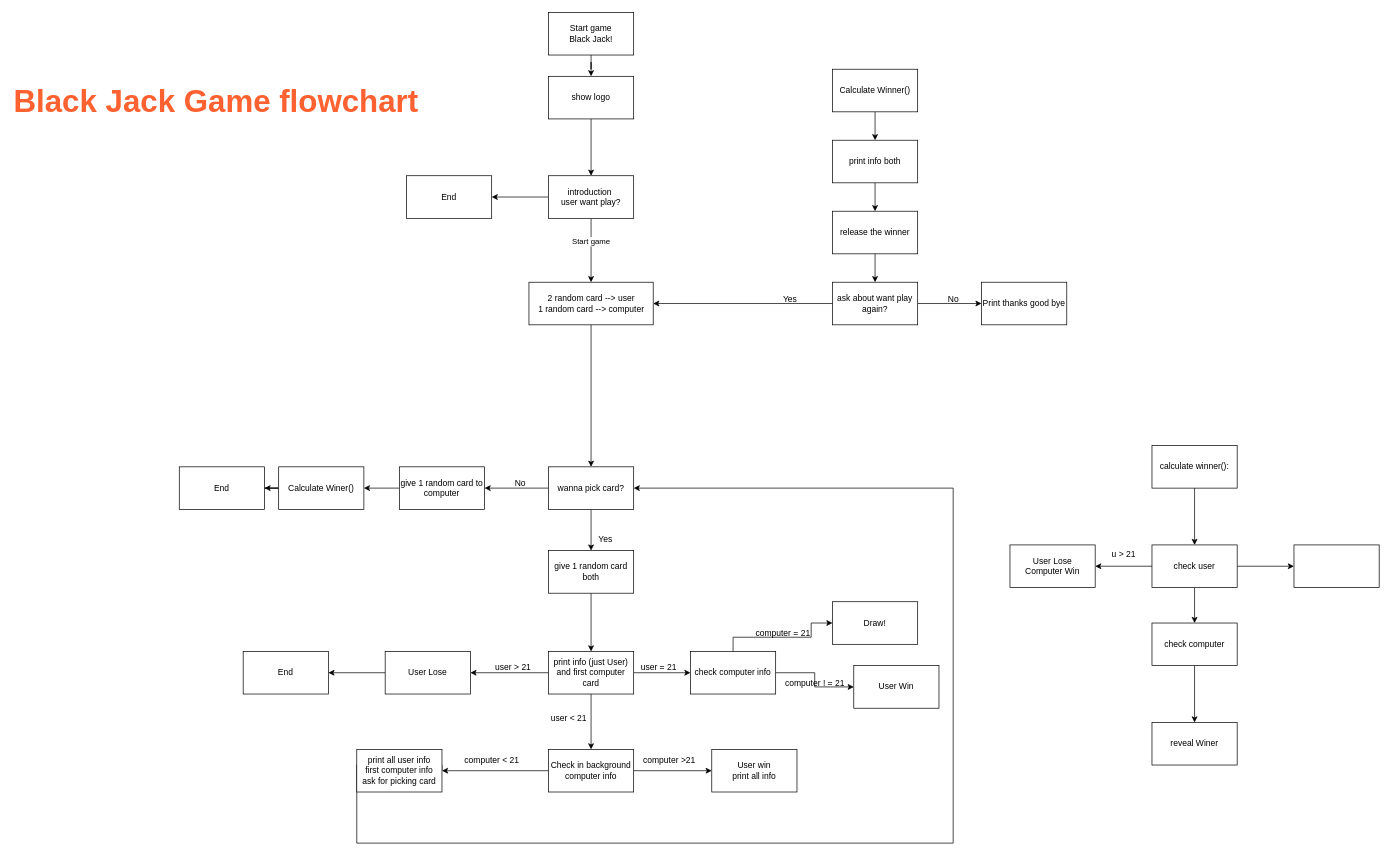
Before: Day011-erf/flow chart Black jack game/flow chart.drawio in erfaw/elasti_py, a draw.io diagram. Source tidied: cells renumbered, new cells numbered last; positions are measured from the earlier drawing's top-left corner, leaving out a move shared by most shapes. Both pictures are drawn from the tidied source at 71%, with x=0, y=0 at pixel (12, 12).
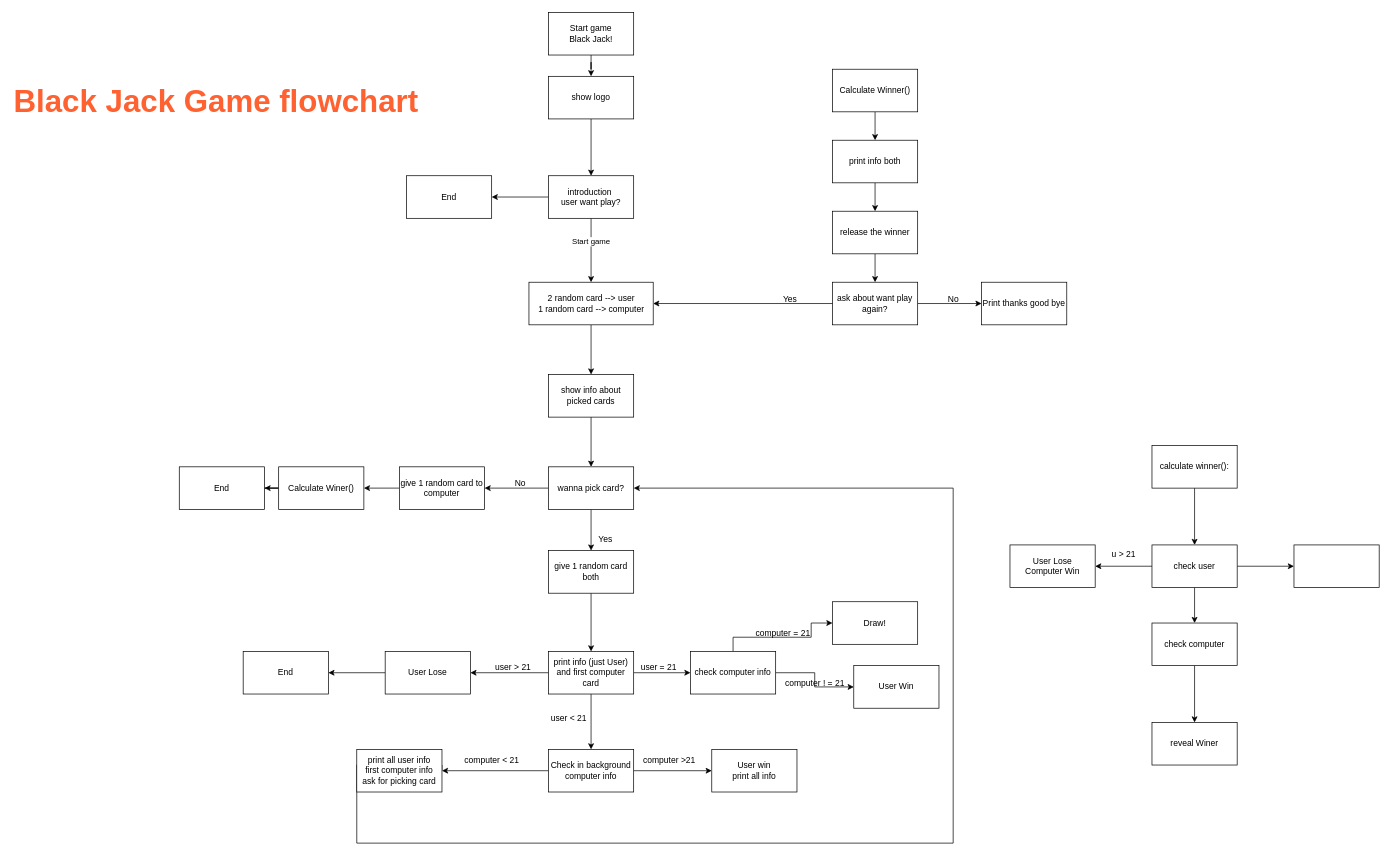
After the change.

Commit message (it also covers changes not shown here):
some tries on black jack - uncompleted - till 'wanna pick card?' part of flowchart

The change refers to these unchanged cells:
```xml
<mxCell id="12" value="2 random card --&amp;gt; user&lt;div&gt;1 random card --&amp;gt; computer&lt;/div&gt;" style="whiteSpace=wrap;html=1;rounded=0;" parent="1" vertex="1">
  <mxGeometry x="727.5" y="380" width="175" height="60" as="geometry" />
</mxCell>
<mxCell id="15" value="wanna pick card?" style="whiteSpace=wrap;html=1;rounded=0;" parent="1" vertex="1">
  <mxGeometry x="755" y="640" width="120" height="60" as="geometry" />
</mxCell>
```

The edit, as a diff of the source:
```diff
@@
-    <mxCell id="11" style="edgeStyle=orthogonalEdgeStyle;rounded=0;jettySize=auto;html=1;" parent="1" edge="1" source="12" target="15">
-      <mxGeometry relative="1" as="geometry" />
-    </mxCell>
+    <mxCell id="75" style="edgeStyle=orthogonalEdgeStyle;rounded=0;jettySize=auto;html=1;" parent="1" edge="1" source="12" target="77">
+      <mxGeometry relative="1" as="geometry" />
+    </mxCell>
@@
+    <mxCell id="76" style="edgeStyle=orthogonalEdgeStyle;rounded=0;jettySize=auto;html=1;" parent="1" edge="1" source="77" target="15">
+      <mxGeometry relative="1" as="geometry" />
+    </mxCell>
+    <mxCell id="77" value="show info about picked cards" style="whiteSpace=wrap;html=1;" parent="1" vertex="1">
+      <mxGeometry x="755" y="510" width="120" height="60" as="geometry" />
+    </mxCell>
```
